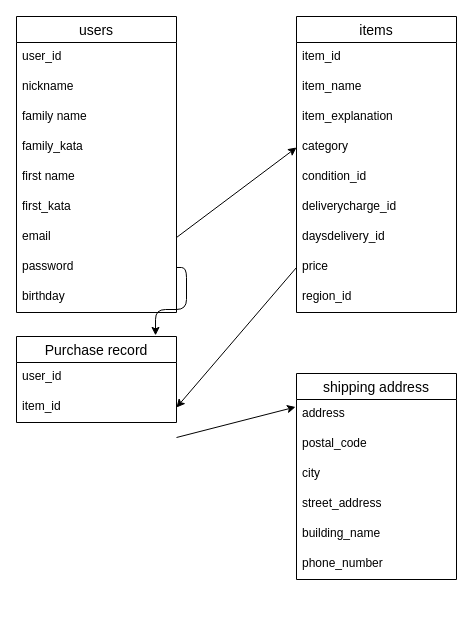
Above: furima.dio in crufn/furima-38169 (draw.io), before the change. Source tidied: cells renumbered, new cells numbered last; positions are measured from the earlier drawing's top-left corner, leaving out a move shared by most shapes. Both pictures are drawn from the tidied source at 100%, with x=0, y=0 at pixel (16, 16).
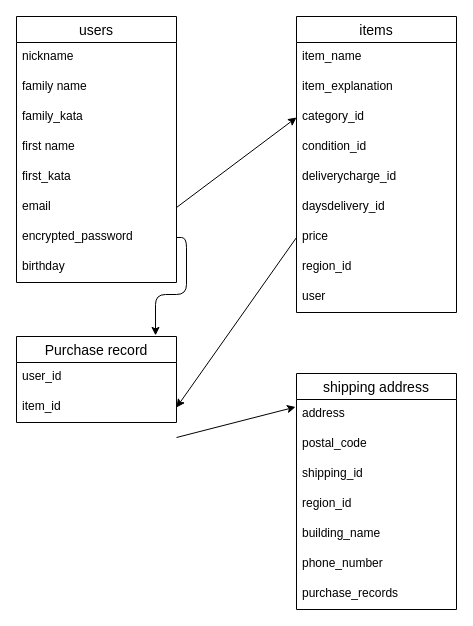
The same diagram, later.

Unchanged cells that the change refers to:
```xml
<mxCell id="12" value="items" style="swimlane;fontStyle=0;horizontal=1;startSize=26;align=center;fontSize=14;" parent="1" vertex="1">
  <mxGeometry x="280" width="160" height="296" as="geometry" />
</mxCell>
```

Change to the diagram source:
```diff
@@
     <mxCell id="2" value="users" style="swimlane;fontStyle=0;horizontal=1;startSize=26;align=center;fontSize=14;" parent="1" vertex="1">
-      <mxGeometry width="160" height="296" as="geometry" />
+      <mxGeometry width="160" height="266" as="geometry" />
     </mxCell>
-    <mxCell id="3" value="user_id" style="text;strokeColor=none;fillColor=none;spacingLeft=4;spacingRight=4;overflow=hidden;fontSize=12;" parent="2" vertex="1">
-      <mxGeometry y="26" width="160" height="30" as="geometry" />
-    </mxCell>
     <mxCell id="4" value="nickname" style="text;strokeColor=none;fillColor=none;spacingLeft=4;spacingRight=4;overflow=hidden;fontSize=12;" parent="2" vertex="1">
-      <mxGeometry y="56" width="160" height="30" as="geometry" />
+      <mxGeometry y="26" width="160" height="30" as="geometry" />
     </mxCell>
     <mxCell id="5" value="family name" style="text;strokeColor=none;fillColor=none;spacingLeft=4;spacingRight=4;overflow=hidden;fontSize=12;" parent="2" vertex="1">
-      <mxGeometry y="86" width="160" height="30" as="geometry" />
+      <mxGeometry y="56" width="160" height="30" as="geometry" />
     </mxCell>
     <mxCell id="6" value="family_kata" style="text;strokeColor=none;fillColor=none;spacingLeft=4;spacingRight=4;overflow=hidden;fontSize=12;" parent="2" vertex="1">
-      <mxGeometry y="116" width="160" height="30" as="geometry" />
+      <mxGeometry y="86" width="160" height="30" as="geometry" />
     </mxCell>
     <mxCell id="7" value="first name" style="text;strokeColor=none;fillColor=none;spacingLeft=4;spacingRight=4;overflow=hidden;fontSize=12;" parent="2" vertex="1">
-      <mxGeometry y="146" width="160" height="30" as="geometry" />
+      <mxGeometry y="116" width="160" height="30" as="geometry" />
     </mxCell>
     <mxCell id="8" value="first_kata" style="text;strokeColor=none;fillColor=none;spacingLeft=4;spacingRight=4;overflow=hidden;fontSize=12;" parent="2" vertex="1">
-      <mxGeometry y="176" width="160" height="30" as="geometry" />
+      <mxGeometry y="146" width="160" height="30" as="geometry" />
     </mxCell>
     <mxCell id="9" value="email" style="text;strokeColor=none;fillColor=none;spacingLeft=4;spacingRight=4;overflow=hidden;points=[[0,0.5],[1,0.5]];portConstraint=eastwest;fontSize=12;" parent="2" vertex="1">
-      <mxGeometry y="206" width="160" height="30" as="geometry" />
+      <mxGeometry y="176" width="160" height="30" as="geometry" />
     </mxCell>
-    <mxCell id="10" value="password" style="text;strokeColor=none;fillColor=none;spacingLeft=4;spacingRight=4;overflow=hidden;points=[[0,0.5],[1,0.5]];portConstraint=eastwest;fontSize=12;" parent="2" vertex="1">
-      <mxGeometry y="236" width="160" height="30" as="geometry" />
+    <mxCell id="10" value="encrypted_password" style="text;strokeColor=none;fillColor=none;spacingLeft=4;spacingRight=4;overflow=hidden;points=[[0,0.5],[1,0.5]];portConstraint=eastwest;fontSize=12;" parent="2" vertex="1">
+      <mxGeometry y="206" width="160" height="30" as="geometry" />
     </mxCell>
     <mxCell id="11" value="birthday" style="text;strokeColor=none;fillColor=none;spacingLeft=4;spacingRight=4;overflow=hidden;fontSize=12;" parent="2" vertex="1">
-      <mxGeometry y="266" width="160" height="30" as="geometry" />
+      <mxGeometry y="236" width="160" height="30" as="geometry" />
     </mxCell>
@@
-    <mxCell id="13" value="item_id" style="text;strokeColor=none;fillColor=none;spacingLeft=4;spacingRight=4;overflow=hidden;fontSize=12;" parent="12" vertex="1">
-      <mxGeometry y="26" width="160" height="30" as="geometry" />
-    </mxCell>
     <mxCell id="14" value="item_name" style="text;strokeColor=none;fillColor=none;spacingLeft=4;spacingRight=4;overflow=hidden;fontSize=12;" parent="12" vertex="1">
-      <mxGeometry y="56" width="160" height="30" as="geometry" />
+      <mxGeometry y="26" width="160" height="30" as="geometry" />
     </mxCell>
     <mxCell id="15" value="item_explanation" style="text;strokeColor=none;fillColor=none;spacingLeft=4;spacingRight=4;overflow=hidden;fontSize=12;" parent="12" vertex="1">
-      <mxGeometry y="86" width="160" height="30" as="geometry" />
+      <mxGeometry y="56" width="160" height="30" as="geometry" />
     </mxCell>
-    <mxCell id="16" value="category" style="text;strokeColor=none;fillColor=none;spacingLeft=4;spacingRight=4;overflow=hidden;points=[[0,0.5],[1,0.5]];portConstraint=eastwest;fontSize=12;" parent="12" vertex="1">
-      <mxGeometry y="116" width="160" height="30" as="geometry" />
+    <mxCell id="16" value="category_id" style="text;strokeColor=none;fillColor=none;spacingLeft=4;spacingRight=4;overflow=hidden;points=[[0,0.5],[1,0.5]];portConstraint=eastwest;fontSize=12;" parent="12" vertex="1">
+      <mxGeometry y="86" width="160" height="30" as="geometry" />
     </mxCell>
     <mxCell id="17" value="condition_id" style="text;strokeColor=none;fillColor=none;spacingLeft=4;spacingRight=4;overflow=hidden;fontSize=12;" parent="12" vertex="1">
-      <mxGeometry y="146" width="160" height="30" as="geometry" />
+      <mxGeometry y="116" width="160" height="30" as="geometry" />
     </mxCell>
     <mxCell id="18" value="deliverycharge_id" style="text;strokeColor=none;fillColor=none;spacingLeft=4;spacingRight=4;overflow=hidden;fontSize=12;" parent="12" vertex="1">
-      <mxGeometry y="176" width="160" height="30" as="geometry" />
+      <mxGeometry y="146" width="160" height="30" as="geometry" />
     </mxCell>
     <mxCell id="19" value="daysdelivery_id" style="text;strokeColor=none;fillColor=none;spacingLeft=4;spacingRight=4;overflow=hidden;fontSize=12;" parent="12" vertex="1">
-      <mxGeometry y="206" width="160" height="30" as="geometry" />
+      <mxGeometry y="176" width="160" height="30" as="geometry" />
     </mxCell>
     <mxCell id="20" value="price" style="text;strokeColor=none;fillColor=none;spacingLeft=4;spacingRight=4;overflow=hidden;points=[[0,0.5],[1,0.5]];portConstraint=eastwest;fontSize=12;" parent="12" vertex="1">
-      <mxGeometry y="236" width="160" height="30" as="geometry" />
+      <mxGeometry y="206" width="160" height="30" as="geometry" />
     </mxCell>
     <mxCell id="21" value="region_id" style="text;strokeColor=none;fillColor=none;spacingLeft=4;spacingRight=4;overflow=hidden;fontSize=12;" parent="12" vertex="1">
-      <mxGeometry y="266" width="160" height="30" as="geometry" />
+      <mxGeometry y="236" width="160" height="30" as="geometry" />
     </mxCell>
+    <mxCell id="36" value="user" style="text;strokeColor=none;fillColor=none;spacingLeft=4;spacingRight=4;overflow=hidden;fontSize=12;" parent="12" vertex="1">
+      <mxGeometry y="266" width="160" height="30" as="geometry" />
+    </mxCell>
     <mxCell id="22" value="shipping address" style="swimlane;fontStyle=0;horizontal=1;startSize=26;align=center;fontSize=14;" parent="1" vertex="1">
-      <mxGeometry x="280" y="357" width="160" height="206" as="geometry" />
+      <mxGeometry x="280" y="357" width="160" height="236" as="geometry" />
     </mxCell>
@@
-    <mxCell id="25" value="city" style="text;strokeColor=none;fillColor=none;spacingLeft=4;spacingRight=4;overflow=hidden;fontSize=12;" parent="22" vertex="1">
+    <mxCell id="25" value="shipping_id" style="text;strokeColor=none;fillColor=none;spacingLeft=4;spacingRight=4;overflow=hidden;fontSize=12;" parent="22" vertex="1">
       <mxGeometry y="86" width="160" height="30" as="geometry" />
     </mxCell>
-    <mxCell id="26" value="street_address" style="text;strokeColor=none;fillColor=none;spacingLeft=4;spacingRight=4;overflow=hidden;fontSize=12;" parent="22" vertex="1">
+    <mxCell id="26" value="region_id" style="text;strokeColor=none;fillColor=none;spacingLeft=4;spacingRight=4;overflow=hidden;fontSize=12;" parent="22" vertex="1">
       <mxGeometry y="116" width="160" height="30" as="geometry" />
     </mxCell>
@@
+    <mxCell id="37" value="purchase_records" style="text;strokeColor=none;fillColor=none;spacingLeft=4;spacingRight=4;overflow=hidden;fontSize=12;" parent="22" vertex="1">
+      <mxGeometry y="206" width="160" height="30" as="geometry" />
+    </mxCell>
```
